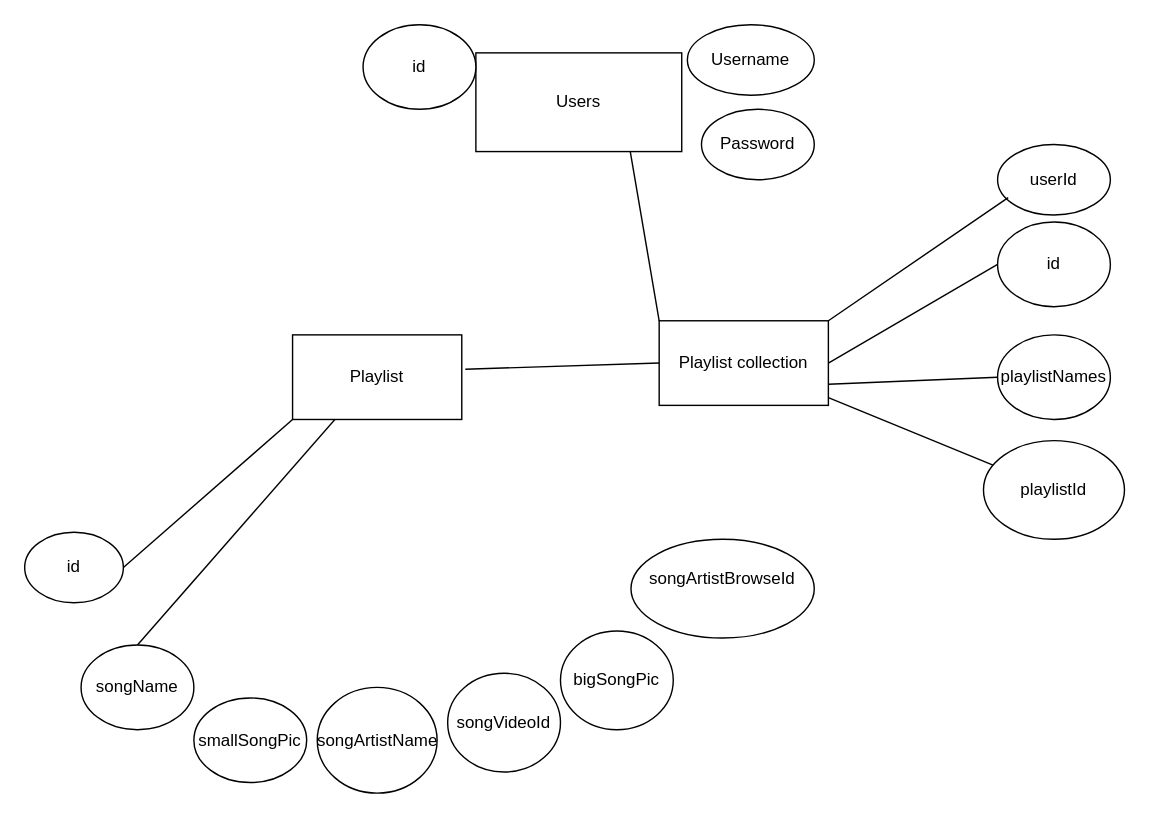
Above: SQLite Database Ljudo.drawio in chinduja-net/Ljudio-group5 (draw.io), before the change. Source tidied: cells renumbered, new cells numbered last; positions are measured from the earlier drawing's top-left corner, leaving out a move shared by most shapes. Both pictures are drawn from the tidied source at 141%, with x=0, y=0 at pixel (24, 24).
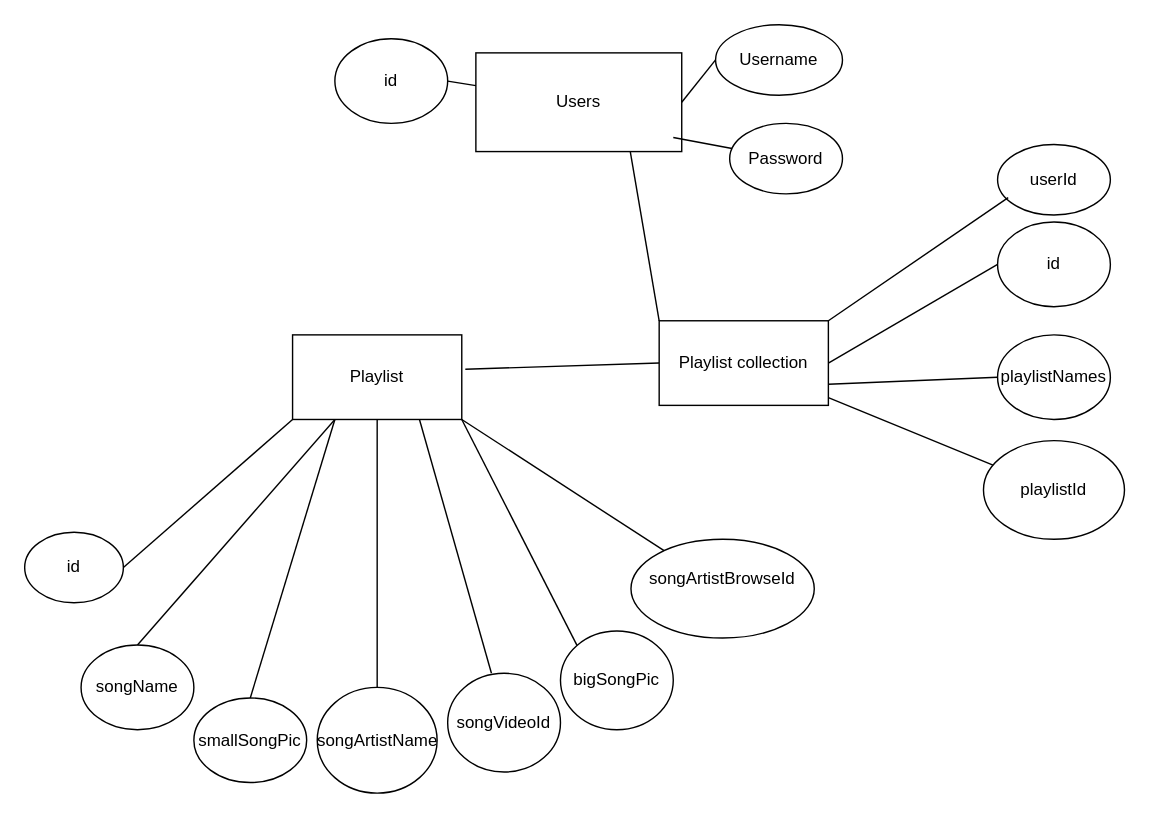
The same diagram, later.

Unchanged cells that the change refers to:
```xml
<mxCell id="2" value="&lt;div&gt;Users&lt;/div&gt;" style="rounded=0;whiteSpace=wrap;html=1;" parent="1" vertex="1">
  <mxGeometry x="320" y="20" width="146" height="70" as="geometry" />
</mxCell>
<mxCell id="5" value="Playlist" style="rounded=0;whiteSpace=wrap;html=1;" parent="1" vertex="1">
  <mxGeometry x="190" y="220" width="120" height="60" as="geometry" />
</mxCell>
<mxCell id="10" value="songVideoId" style="ellipse;whiteSpace=wrap;html=1;" parent="1" vertex="1">
  <mxGeometry x="300" y="460" width="80" height="70" as="geometry" />
</mxCell>
<mxCell id="11" value="&lt;div&gt;smallSongPic&lt;/div&gt;" style="ellipse;whiteSpace=wrap;html=1;" parent="1" vertex="1">
  <mxGeometry x="120" y="477.5" width="80" height="60" as="geometry" />
</mxCell>
<mxCell id="12" value="bigSongPic" style="ellipse;whiteSpace=wrap;html=1;" parent="1" vertex="1">
  <mxGeometry x="380" y="430" width="80" height="70" as="geometry" />
</mxCell>
<mxCell id="13" value="songArtistName" style="ellipse;whiteSpace=wrap;html=1;" parent="1" vertex="1">
  <mxGeometry x="207.5" y="470" width="85" height="75" as="geometry" />
</mxCell>
<mxCell id="14" value="&lt;div&gt;songArtistBrowseId&lt;/div&gt;&lt;div&gt;&lt;br&gt;&lt;/div&gt;" style="ellipse;whiteSpace=wrap;html=1;" parent="1" vertex="1">
  <mxGeometry x="430" y="365" width="130" height="70" as="geometry" />
</mxCell>
```

Diff of the diagram source:
```diff
@@
     <mxCell id="3" value="Username" style="ellipse;whiteSpace=wrap;html=1;" parent="1" vertex="1">
-      <mxGeometry x="470" width="90" height="50" as="geometry" />
+      <mxGeometry x="490" width="90" height="50" as="geometry" />
     </mxCell>
     <mxCell id="4" value="Password" style="ellipse;whiteSpace=wrap;html=1;" parent="1" vertex="1">
-      <mxGeometry x="480" y="60" width="80" height="50" as="geometry" />
+      <mxGeometry x="500" y="70" width="80" height="50" as="geometry" />
     </mxCell>
@@
     <mxCell id="8" value="id" style="ellipse;whiteSpace=wrap;html=1;" parent="1" vertex="1">
-      <mxGeometry x="240" width="80" height="60" as="geometry" />
+      <mxGeometry x="220" y="10" width="80" height="60" as="geometry" />
     </mxCell>
@@
+    <mxCell id="27" style="endArrow=none;html=1;exitX=0.5;exitY=0;exitDx=0;exitDy=0;entryX=0.25;entryY=1;entryDx=0;entryDy=0;" parent="1" edge="1" source="11" target="5">
+      <mxGeometry relative="1" as="geometry" />
+    </mxCell>
+    <mxCell id="28" style="endArrow=none;html=1;exitX=0.5;exitY=0;exitDx=0;exitDy=0;entryX=0.5;entryY=1;entryDx=0;entryDy=0;" parent="1" edge="1" source="13" target="5">
+      <mxGeometry relative="1" as="geometry" />
+    </mxCell>
+    <mxCell id="29" style="endArrow=none;html=1;exitX=0.388;exitY=0;exitDx=0;exitDy=0;exitPerimeter=0;entryX=0.75;entryY=1;entryDx=0;entryDy=0;" parent="1" edge="1" source="10" target="5">
+      <mxGeometry relative="1" as="geometry" />
+    </mxCell>
+    <mxCell id="30" style="endArrow=none;html=1;entryX=1;entryY=1;entryDx=0;entryDy=0;exitX=0;exitY=0;exitDx=0;exitDy=0;" parent="1" edge="1" source="12" target="5">
+      <mxGeometry relative="1" as="geometry" />
+    </mxCell>
+    <mxCell id="31" style="endArrow=none;html=1;exitX=1;exitY=1;exitDx=0;exitDy=0;" parent="1" edge="1" source="5" target="14">
+      <mxGeometry relative="1" as="geometry" />
+    </mxCell>
+    <mxCell id="32" style="endArrow=none;html=1;exitX=1;exitY=0.5;exitDx=0;exitDy=0;" parent="1" edge="1" source="8" target="2">
+      <mxGeometry relative="1" as="geometry" />
+    </mxCell>
+    <mxCell id="33" style="endArrow=none;html=1;" parent="1" edge="1" target="4">
+      <mxGeometry relative="1" as="geometry">
+        <mxPoint x="460" y="80" as="sourcePoint" />
+      </mxGeometry>
+    </mxCell>
+    <mxCell id="34" style="endArrow=none;html=1;entryX=1;entryY=0.5;entryDx=0;entryDy=0;exitX=0;exitY=0.5;exitDx=0;exitDy=0;" parent="1" edge="1" source="3" target="2">
+      <mxGeometry relative="1" as="geometry" />
+    </mxCell>
```
